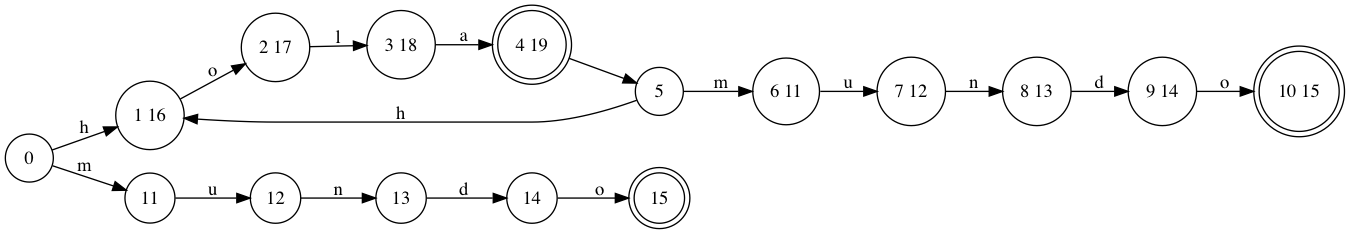
GdeAchaval/automaton keeps this Graphviz diagram as determinante.png. Above is the earlier version. Its source is kept beside it as determinante.dot.
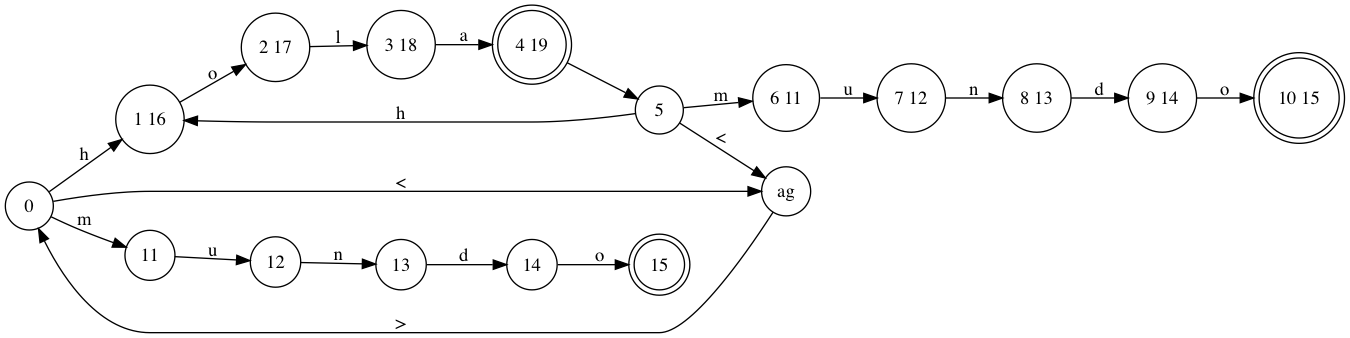
The same diagram one commit later.

What changed in the source:
```diff
@@ -2,6 +2,7 @@
 rankdir = "LR";
 node [shape=circle] Node_0[label="0"];
 node [shape=circle] Node_1_16[label="1 16"];
+node [shape=circle] Nodetag[label="ag"];
 node [shape=circle] Node_11[label="11"];
 node [shape=circle] Node_2_17[label="2 17"];
 node [shape=circle] Node_12[label="12"];
@@ -18,8 +19,10 @@
 node [shape=doublecircle] Node_10_15[label="10 15"];
 
 Node_0 -> Node_1_16 [label="h"];
+Node_0 -> Nodetag [label="<"];
 Node_0 -> Node_11 [label="m"];
 Node_1_16 -> Node_2_17 [label="o"];
+Nodetag -> Node_0 [label=">"];
 Node_11 -> Node_12 [label="u"];
 Node_2_17 -> Node_3_18 [label="l"];
 Node_12 -> Node_13 [label="n"];
@@ -28,6 +31,7 @@
 Node_4_19 -> Node_5 [label=" "];
 Node_14 -> Node_15 [label="o"];
 Node_5 -> Node_1_16 [label="h"];
+Node_5 -> Nodetag [label="<"];
 Node_5 -> Node_6_11 [label="m"];
 Node_6_11 -> Node_7_12 [label="u"];
 Node_7_12 -> Node_8_13 [label="n"];
```
